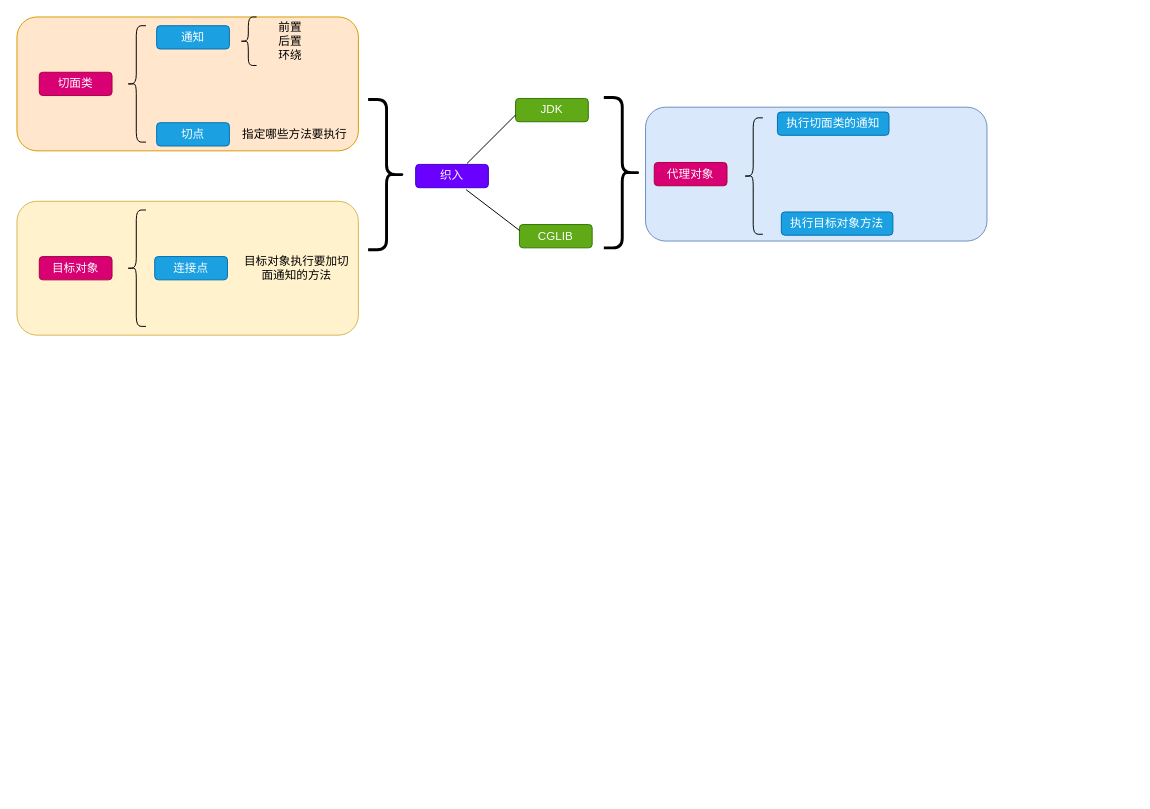
This is AOP.drawio from BJPotter/drawio, a draw.io file, before an edit. Source tidied: cells renumbered, new cells numbered last; positions are measured from the earlier drawing's top-left corner, leaving out a move shared by most shapes. Both pictures are drawn from the tidied source at 97%, with x=0, y=0 at pixel (16, 16).
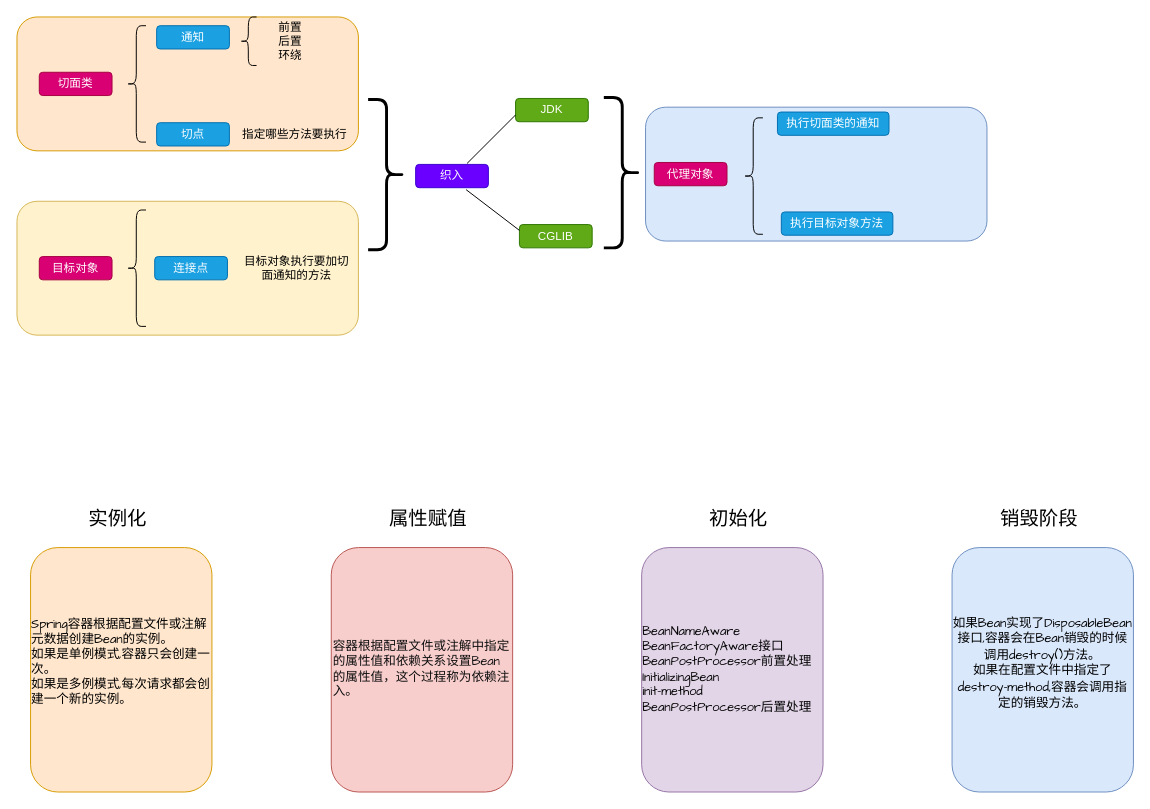
The same diagram, later.

Change to the diagram source:
```diff
@@
+    <mxCell id="27" value="&lt;div style=&quot;orphans: 4; text-align: left;&quot;&gt;&lt;span style=&quot;font-size: 13px; white-space-collapse: preserve;&quot;&gt;&lt;font face=&quot;Comic Sans MS&quot;&gt;Spring容器根据配置文件或注解元数据创建Bean的实例。&lt;br&gt;如果是单例模式,容器只会创建一次。&lt;br&gt;如果是多例模式,每次请求都会创建一个新的实例。&lt;/font&gt;&lt;br&gt;&lt;/span&gt;&lt;/div&gt;&lt;div style=&quot;orphans: 4; text-align: left;&quot;&gt;&lt;span style=&quot;font-size: 13px; white-space-collapse: preserve;&quot;&gt;&lt;br&gt;&lt;/span&gt;&lt;/div&gt;" style="rounded=1;whiteSpace=wrap;html=1;fillColor=#ffe6cc;strokeColor=#d79b00;fontSize=9;fontFamily=Comic Sans MS;fontColor=default;" parent="1" vertex="1">
+      <mxGeometry x="14" y="547" width="187" height="252" as="geometry" />
+    </mxCell>
+    <mxCell id="28" value="&lt;p style=&quot;orphans: 4;&quot;&gt;&lt;font color=&quot;#0f0f10&quot; style=&quot;&quot;&gt;&lt;span style=&quot;white-space-collapse: preserve;&quot;&gt;&lt;font face=&quot;Comic Sans MS&quot; style=&quot;font-size: 13px;&quot;&gt;容器根据配置文件或注解中指定的属性值和依赖关系设置Bean的属性值，这个过程称为依赖注入。&lt;/font&gt;&lt;/span&gt;&lt;/font&gt;&lt;/p&gt;" style="rounded=1;whiteSpace=wrap;html=1;fillColor=#f8cecc;strokeColor=#b85450;align=left;fontSize=9;" parent="1" vertex="1">
+      <mxGeometry x="324" y="547" width="187" height="252" as="geometry" />
+    </mxCell>
+    <mxCell id="29" value="&lt;div style=&quot;orphans: 4; text-align: left;&quot;&gt;&lt;p&gt;&lt;font face=&quot;Comic Sans MS&quot; style=&quot;font-size: 13px;&quot; color=&quot;#050505&quot;&gt;&lt;span style=&quot;white-space-collapse: preserve;&quot;&gt;BeanNameAware&lt;br&gt;&lt;/span&gt;&lt;/font&gt;&lt;font face=&quot;Comic Sans MS&quot; style=&quot;font-size: 13px;&quot; color=&quot;#050505&quot;&gt;&lt;span style=&quot;white-space-collapse: preserve;&quot;&gt;BeanFactoryAware接口BeanPostProcessor前置处理InitializingBean&lt;br&gt;&lt;/span&gt;&lt;/font&gt;&lt;font face=&quot;Comic Sans MS&quot; style=&quot;font-size: 13px;&quot; color=&quot;#050505&quot;&gt;&lt;span style=&quot;white-space-collapse: preserve;&quot;&gt;init-method&lt;br&gt;&lt;/span&gt;&lt;/font&gt;&lt;font face=&quot;Comic Sans MS&quot; style=&quot;font-size: 13px;&quot; color=&quot;#050505&quot;&gt;&lt;span style=&quot;white-space-collapse: preserve;&quot;&gt;BeanPostProcessor后置处理&lt;/span&gt;&lt;/font&gt;&lt;/p&gt;&lt;/div&gt;" style="rounded=1;whiteSpace=wrap;html=1;fillColor=#e1d5e7;strokeColor=#9673a6;" parent="1" vertex="1">
+      <mxGeometry x="644" y="547" width="187" height="252" as="geometry" />
+    </mxCell>
+    <mxCell id="30" value="&lt;p style=&quot;font-size: 13px;&quot;&gt;&lt;font style=&quot;font-size: 13px;&quot; face=&quot;Comic Sans MS&quot;&gt;如果Bean实现了DisposableBean接口,容器会在Bean销毁的时候调用destroy()方法。&lt;br&gt;如果在配置文件中指定了destroy-method,容器会调用指定的销毁方法。&lt;/font&gt;&lt;/p&gt;&lt;div&gt;&lt;br&gt;&lt;/div&gt;" style="rounded=1;whiteSpace=wrap;html=1;fillColor=#dae8fc;strokeColor=#6c8ebf;" parent="1" vertex="1">
+      <mxGeometry x="964" y="547" width="187" height="252" as="geometry" />
+    </mxCell>
+    <mxCell id="31" value="实例化" style="text;html=1;align=center;verticalAlign=middle;whiteSpace=wrap;rounded=0;fontFamily=Comic Sans MS;fontSize=20;" parent="1" vertex="1">
+      <mxGeometry x="54" y="497" width="100" height="40" as="geometry" />
+    </mxCell>
+    <mxCell id="32" value="属性赋值" style="text;html=1;align=center;verticalAlign=middle;whiteSpace=wrap;rounded=0;fontFamily=Comic Sans MS;fontSize=20;" parent="1" vertex="1">
+      <mxGeometry x="374" y="497" width="100" height="40" as="geometry" />
+    </mxCell>
+    <mxCell id="33" value="初始化" style="text;html=1;align=center;verticalAlign=middle;whiteSpace=wrap;rounded=0;fontFamily=Comic Sans MS;fontSize=20;" parent="1" vertex="1">
+      <mxGeometry x="694" y="497" width="100" height="40" as="geometry" />
+    </mxCell>
+    <mxCell id="34" value="销毁阶段" style="text;html=1;align=center;verticalAlign=middle;whiteSpace=wrap;rounded=0;fontFamily=Comic Sans MS;fontSize=20;" parent="1" vertex="1">
+      <mxGeometry x="1004" y="497" width="100" height="40" as="geometry" />
+    </mxCell>
```
